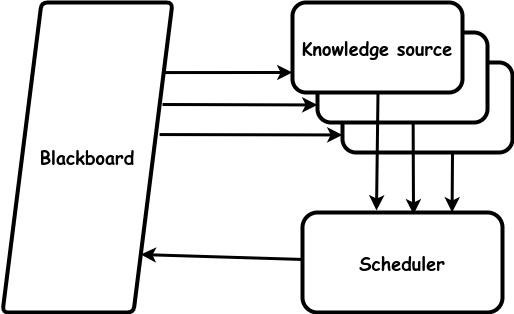
Before: images/blackboard.drawio.png, a diagram exported from draw.io (garfix/architectural-patterns). Source tidied: cells renumbered, new cells last; positions are measured from the earlier drawing's top-left corner, leaving out a move shared by most shapes. The source it was exported from:
```xml
<mxGraphModel>
  <root>
    <mxCell id="0" />
    <mxCell id="1" parent="0" />
    <mxCell id="2" style="rounded=1;whiteSpace=wrap;html=1;strokeWidth=4;fontFamily=Comic Sans MS;fontSize=18;" parent="1" vertex="1">
      <mxGeometry x="340" y="60" width="170" height="90" as="geometry" />
    </mxCell>
    <mxCell id="3" value="&lt;font face=&quot;Comic Sans MS&quot; style=&quot;font-size: 18px;&quot;&gt;Blackboard&lt;br&gt;&lt;/font&gt;" style="shape=parallelogram;html=1;strokeWidth=4;perimeter=parallelogramPerimeter;whiteSpace=wrap;rounded=1;arcSize=12;size=0.23;fontStyle=1;fontSize=18;" parent="1" vertex="1">
      <mxGeometry width="170" height="310" as="geometry" />
    </mxCell>
    <mxCell id="4" style="rounded=1;whiteSpace=wrap;html=1;strokeWidth=4;fontFamily=Comic Sans MS;fontSize=18;" parent="1" vertex="1">
      <mxGeometry x="315" y="30" width="170" height="90" as="geometry" />
    </mxCell>
    <mxCell id="5" style="endArrow=none;startArrow=classic;html=1;rounded=0;strokeWidth=3;endFill=0;exitX=0.748;exitY=0;exitDx=0;exitDy=0;exitPerimeter=0;" parent="1" edge="1" source="6">
      <mxGeometry relative="1" as="geometry">
        <mxPoint x="450" y="150" as="targetPoint" />
      </mxGeometry>
    </mxCell>
    <mxCell id="6" value="&lt;b style=&quot;font-size: 18px;&quot;&gt;Scheduler&lt;br&gt;&lt;/b&gt;" style="rounded=1;whiteSpace=wrap;html=1;strokeWidth=4;fontFamily=Comic Sans MS;fontSize=18;" parent="1" vertex="1">
      <mxGeometry x="300" y="210" width="200" height="100" as="geometry" />
    </mxCell>
    <mxCell id="7" style="endArrow=none;startArrow=classic;html=1;rounded=0;strokeWidth=3;endFill=0;entryX=0.941;entryY=0.226;entryDx=0;entryDy=0;entryPerimeter=0;exitX=0;exitY=0.444;exitDx=0;exitDy=0;exitPerimeter=0;" parent="1" edge="1" target="3">
      <mxGeometry relative="1" as="geometry">
        <mxPoint x="290" y="70" as="sourcePoint" />
      </mxGeometry>
    </mxCell>
    <mxCell id="8" value="&lt;b style=&quot;font-size: 18px;&quot;&gt;Knowledge source&lt;br&gt;&lt;/b&gt;" style="rounded=1;whiteSpace=wrap;html=1;strokeWidth=4;fontFamily=Comic Sans MS;fontSize=18;" parent="1" vertex="1">
      <mxGeometry x="290" width="170" height="90" as="geometry" />
    </mxCell>
    <mxCell id="9" style="endArrow=none;startArrow=classic;html=1;rounded=0;strokeWidth=3;endFill=0;exitX=1;exitY=1;exitDx=0;exitDy=0;" parent="1" edge="1" source="3" target="6">
      <mxGeometry relative="1" as="geometry" />
    </mxCell>
    <mxCell id="10" style="endArrow=none;startArrow=classic;html=1;rounded=0;strokeWidth=3;endFill=0;exitX=-0.035;exitY=0.667;exitDx=0;exitDy=0;exitPerimeter=0;" parent="1" edge="1">
      <mxGeometry relative="1" as="geometry">
        <mxPoint x="315" y="102.5" as="sourcePoint" />
        <mxPoint x="160" y="102" as="targetPoint" />
      </mxGeometry>
    </mxCell>
    <mxCell id="11" style="endArrow=none;startArrow=classic;html=1;rounded=0;strokeWidth=3;endFill=0;exitX=0.37;exitY=-0.02;exitDx=0;exitDy=0;exitPerimeter=0;" parent="1" edge="1" source="6">
      <mxGeometry relative="1" as="geometry">
        <mxPoint x="375.5" y="90" as="targetPoint" />
      </mxGeometry>
    </mxCell>
    <mxCell id="12" style="endArrow=none;startArrow=classic;html=1;rounded=0;strokeWidth=3;endFill=0;exitX=-0.035;exitY=0.667;exitDx=0;exitDy=0;exitPerimeter=0;entryX=0.924;entryY=0.426;entryDx=0;entryDy=0;entryPerimeter=0;" parent="1" edge="1" target="3">
      <mxGeometry relative="1" as="geometry">
        <mxPoint x="340" y="132.5" as="sourcePoint" />
      </mxGeometry>
    </mxCell>
    <mxCell id="13" style="endArrow=none;startArrow=classic;html=1;rounded=0;strokeWidth=3;endFill=0;exitX=0.555;exitY=0.02;exitDx=0;exitDy=0;exitPerimeter=0;" parent="1" edge="1" source="6">
      <mxGeometry relative="1" as="geometry">
        <mxPoint x="410.6" y="120" as="targetPoint" />
      </mxGeometry>
    </mxCell>
  </root>
</mxGraphModel>
```
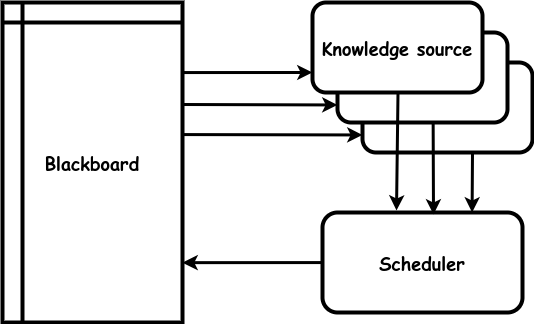
Above is the later version.

What changed in the source:
```diff
@@ -5,9 +5,6 @@
     <mxCell id="2" style="rounded=1;whiteSpace=wrap;html=1;strokeWidth=4;fontFamily=Comic Sans MS;fontSize=18;" parent="1" vertex="1">
       <mxGeometry x="340" y="60" width="170" height="90" as="geometry" />
     </mxCell>
-    <mxCell id="3" value="&lt;font face=&quot;Comic Sans MS&quot; style=&quot;font-size: 18px;&quot;&gt;Blackboard&lt;br&gt;&lt;/font&gt;" style="shape=parallelogram;html=1;strokeWidth=4;perimeter=parallelogramPerimeter;whiteSpace=wrap;rounded=1;arcSize=12;size=0.23;fontStyle=1;fontSize=18;" parent="1" vertex="1">
-      <mxGeometry width="170" height="310" as="geometry" />
-    </mxCell>
     <mxCell id="4" style="rounded=1;whiteSpace=wrap;html=1;strokeWidth=4;fontFamily=Comic Sans MS;fontSize=18;" parent="1" vertex="1">
       <mxGeometry x="315" y="30" width="170" height="90" as="geometry" />
     </mxCell>
@@ -19,15 +16,16 @@
     <mxCell id="6" value="&lt;b style=&quot;font-size: 18px;&quot;&gt;Scheduler&lt;br&gt;&lt;/b&gt;" style="rounded=1;whiteSpace=wrap;html=1;strokeWidth=4;fontFamily=Comic Sans MS;fontSize=18;" parent="1" vertex="1">
       <mxGeometry x="300" y="210" width="200" height="100" as="geometry" />
     </mxCell>
-    <mxCell id="7" style="endArrow=none;startArrow=classic;html=1;rounded=0;strokeWidth=3;endFill=0;entryX=0.941;entryY=0.226;entryDx=0;entryDy=0;entryPerimeter=0;exitX=0;exitY=0.444;exitDx=0;exitDy=0;exitPerimeter=0;" parent="1" edge="1" target="3">
+    <mxCell id="7" style="endArrow=none;startArrow=classic;html=1;rounded=0;strokeWidth=3;endFill=0;entryX=0.941;entryY=0.226;entryDx=0;entryDy=0;entryPerimeter=0;exitX=0;exitY=0.444;exitDx=0;exitDy=0;exitPerimeter=0;" parent="1" edge="1">
       <mxGeometry relative="1" as="geometry">
         <mxPoint x="290" y="70" as="sourcePoint" />
+        <mxPoint x="160" y="70.1" as="targetPoint" />
       </mxGeometry>
     </mxCell>
     <mxCell id="8" value="&lt;b style=&quot;font-size: 18px;&quot;&gt;Knowledge source&lt;br&gt;&lt;/b&gt;" style="rounded=1;whiteSpace=wrap;html=1;strokeWidth=4;fontFamily=Comic Sans MS;fontSize=18;" parent="1" vertex="1">
       <mxGeometry x="290" width="170" height="90" as="geometry" />
     </mxCell>
-    <mxCell id="9" style="endArrow=none;startArrow=classic;html=1;rounded=0;strokeWidth=3;endFill=0;exitX=1;exitY=1;exitDx=0;exitDy=0;" parent="1" edge="1" source="3" target="6">
+    <mxCell id="9" style="endArrow=none;startArrow=classic;html=1;rounded=0;strokeWidth=3;endFill=0;exitX=1;exitY=0.813;exitDx=0;exitDy=0;exitPerimeter=0;" parent="1" edge="1" source="3" target="6">
       <mxGeometry relative="1" as="geometry" />
     </mxCell>
     <mxCell id="10" style="endArrow=none;startArrow=classic;html=1;rounded=0;strokeWidth=3;endFill=0;exitX=-0.035;exitY=0.667;exitDx=0;exitDy=0;exitPerimeter=0;" parent="1" edge="1">
@@ -41,9 +39,10 @@
         <mxPoint x="375.5" y="90" as="targetPoint" />
       </mxGeometry>
     </mxCell>
-    <mxCell id="12" style="endArrow=none;startArrow=classic;html=1;rounded=0;strokeWidth=3;endFill=0;exitX=-0.035;exitY=0.667;exitDx=0;exitDy=0;exitPerimeter=0;entryX=0.924;entryY=0.426;entryDx=0;entryDy=0;entryPerimeter=0;" parent="1" edge="1" target="3">
+    <mxCell id="12" style="endArrow=none;startArrow=classic;html=1;rounded=0;strokeWidth=3;endFill=0;exitX=-0.035;exitY=0.667;exitDx=0;exitDy=0;exitPerimeter=0;entryX=0.924;entryY=0.426;entryDx=0;entryDy=0;entryPerimeter=0;" parent="1" edge="1">
       <mxGeometry relative="1" as="geometry">
         <mxPoint x="340" y="132.5" as="sourcePoint" />
+        <mxPoint x="157.1" y="132.1" as="targetPoint" />
       </mxGeometry>
     </mxCell>
     <mxCell id="13" style="endArrow=none;startArrow=classic;html=1;rounded=0;strokeWidth=3;endFill=0;exitX=0.555;exitY=0.02;exitDx=0;exitDy=0;exitPerimeter=0;" parent="1" edge="1" source="6">
@@ -51,5 +50,8 @@
         <mxPoint x="410.6" y="120" as="targetPoint" />
       </mxGeometry>
     </mxCell>
+    <mxCell id="3" value="Blackboard" style="shape=internalStorage;whiteSpace=wrap;html=1;backgroundOutline=1;strokeWidth=4;fontSize=18;fontFamily=Comic Sans MS;fontStyle=1;" parent="1" vertex="1">
+      <mxGeometry x="-20" width="180" height="320" as="geometry" />
+    </mxCell>
   </root>
 </mxGraphModel>
```
